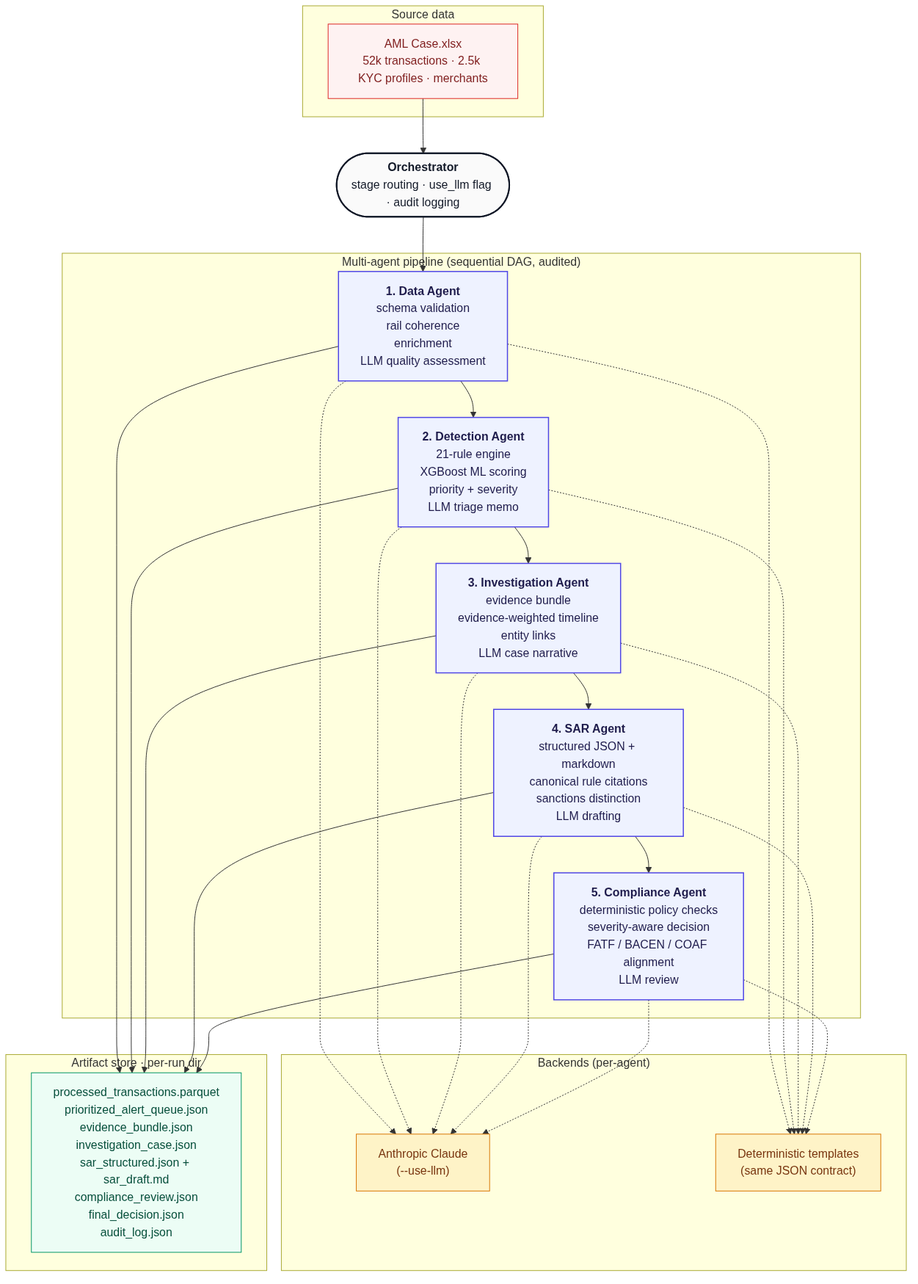
Above: docs/architecture/architecture.png in ighorj/cw-challenge-private (Mermaid), before the change. Its source is kept beside it as docs/architecture/architecture.mmd. The source it was exported from:
```mermaid
flowchart TB
    subgraph SRC["Source data"]
        XL["AML Case.xlsx<br/>52k transactions · 2.5k KYC profiles · merchants"]
    end

    subgraph PIPE["Multi-agent pipeline (sequential DAG, audited)"]
        direction TB

        A1["<b>1. Data Agent</b><br/>schema validation<br/>rail coherence<br/>enrichment<br/>LLM quality assessment"]
        A2["<b>2. Detection Agent</b><br/>21-rule engine<br/>XGBoost ML scoring<br/>priority + severity<br/>LLM triage memo"]
        A3["<b>3. Investigation Agent</b><br/>evidence bundle<br/>evidence-weighted timeline<br/>entity links<br/>LLM case narrative"]
        A4["<b>4. SAR Agent</b><br/>structured JSON + markdown<br/>canonical rule citations<br/>sanctions distinction<br/>LLM drafting"]
        A5["<b>5. Compliance Agent</b><br/>deterministic policy checks<br/>severity-aware decision<br/>FATF / BACEN / COAF alignment<br/>LLM review"]

        A1 --> A2 --> A3 --> A4 --> A5
    end

    subgraph BACKENDS["Backends (per-agent)"]
        ANTH["Anthropic Claude<br/>(--use-llm)"]
        TPL["Deterministic templates<br/>(same JSON contract)"]
    end

    subgraph STORE["Artifact store · per-run dir"]
        ART["processed_transactions.parquet<br/>prioritized_alert_queue.json<br/>evidence_bundle.json<br/>investigation_case.json<br/>sar_structured.json + sar_draft.md<br/>compliance_review.json<br/>final_decision.json<br/>audit_log.json"]
    end

    ORC(["<b>Orchestrator</b><br/>stage routing · use_llm flag · audit logging"])

    XL --> ORC
    ORC --> A1
    A1 -.-> ANTH
    A1 -.-> TPL
    A2 -.-> ANTH
    A2 -.-> TPL
    A3 -.-> ANTH
    A3 -.-> TPL
    A4 -.-> ANTH
    A4 -.-> TPL
    A5 -.-> ANTH
    A5 -.-> TPL
    A1 --> ART
    A2 --> ART
    A3 --> ART
    A4 --> ART
    A5 --> ART

    classDef agent fill:#eef2ff,stroke:#4f46e5,stroke-width:1.5px,color:#1e1b4b
    classDef backend fill:#fef3c7,stroke:#d97706,stroke-width:1px,color:#78350f
    classDef store fill:#ecfdf5,stroke:#059669,stroke-width:1px,color:#064e3b
    classDef src fill:#fef2f2,stroke:#dc2626,stroke-width:1px,color:#7f1d1d
    classDef orch fill:#fafafa,stroke:#111827,stroke-width:2px,color:#111827

    class A1,A2,A3,A4,A5 agent
    class ANTH,TPL backend
    class ART store
    class XL src
    class ORC orch
```
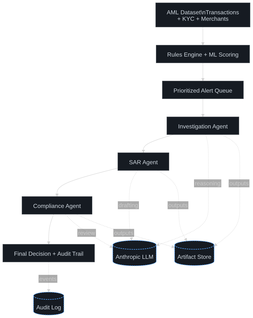
The same file after the commit.

Commit message:
Finalize AML-FT multi-agent delivery

The edit, as a diff of the source:
```diff
@@ -1,57 +1,36 @@
-flowchart TB
-    subgraph SRC["Source data"]
-        XL["AML Case.xlsx<br/>52k transactions · 2.5k KYC profiles · merchants"]
-    end
+flowchart TD
+    classDef node fill:#161b22,stroke:#30363d,color:#c9d1d9,stroke-width:1.5px;
+    classDef accent fill:#0d1117,stroke:#58a6ff,color:#58a6ff,stroke-width:2px;
+    classDef side fill:#161b22,stroke:#58a6ff,color:#c9d1d9,stroke-dasharray: 4 2;
 
-    subgraph PIPE["Multi-agent pipeline (sequential DAG, audited)"]
-        direction TB
+    A[AML Dataset\nTransactions + KYC + Merchants]
+    B[Rules Engine + ML Scoring]
+    C[Prioritized Alert Queue]
+    D[Investigation Agent]
+    E[SAR Agent]
+    F[Compliance Agent]
+    G[Final Decision + Audit Trail]
 
-        A1["<b>1. Data Agent</b><br/>schema validation<br/>rail coherence<br/>enrichment<br/>LLM quality assessment"]
-        A2["<b>2. Detection Agent</b><br/>21-rule engine<br/>XGBoost ML scoring<br/>priority + severity<br/>LLM triage memo"]
-        A3["<b>3. Investigation Agent</b><br/>evidence bundle<br/>evidence-weighted timeline<br/>entity links<br/>LLM case narrative"]
-        A4["<b>4. SAR Agent</b><br/>structured JSON + markdown<br/>canonical rule citations<br/>sanctions distinction<br/>LLM drafting"]
-        A5["<b>5. Compliance Agent</b><br/>deterministic policy checks<br/>severity-aware decision<br/>FATF / BACEN / COAF alignment<br/>LLM review"]
+    LLM[(Anthropic LLM)]
+    ART[(Artifact Store)]
+    AUD[(Audit Log)]
 
-        A1 --> A2 --> A3 --> A4 --> A5
-    end
+    A --> B
+    B --> C
+    C --> D
+    D --> E
+    E --> F
+    F --> G
 
-    subgraph BACKENDS["Backends (per-agent)"]
-        ANTH["Anthropic Claude<br/>(--use-llm)"]
-        TPL["Deterministic templates<br/>(same JSON contract)"]
-    end
+    D -. reasoning .-> LLM
+    E -. drafting .-> LLM
+    F -. review .-> LLM
 
-    subgraph STORE["Artifact store · per-run dir"]
-        ART["processed_transactions.parquet<br/>prioritized_alert_queue.json<br/>evidence_bundle.json<br/>investigation_case.json<br/>sar_structured.json + sar_draft.md<br/>compliance_review.json<br/>final_decision.json<br/>audit_log.json"]
-    end
+    D -. outputs .-> ART
+    E -. outputs .-> ART
+    F -. outputs .-> ART
 
-    ORC(["<b>Orchestrator</b><br/>stage routing · use_llm flag · audit logging"])
+    G -. events .-> AUD
 
-    XL --> ORC
-    ORC --> A1
-    A1 -.-> ANTH
-    A1 -.-> TPL
-    A2 -.-> ANTH
-    A2 -.-> TPL
-    A3 -.-> ANTH
-    A3 -.-> TPL
-    A4 -.-> ANTH
-    A4 -.-> TPL
-    A5 -.-> ANTH
-    A5 -.-> TPL
-    A1 --> ART
-    A2 --> ART
-    A3 --> ART
-    A4 --> ART
-    A5 --> ART
-
-    classDef agent fill:#eef2ff,stroke:#4f46e5,stroke-width:1.5px,color:#1e1b4b
-    classDef backend fill:#fef3c7,stroke:#d97706,stroke-width:1px,color:#78350f
-    classDef store fill:#ecfdf5,stroke:#059669,stroke-width:1px,color:#064e3b
-    classDef src fill:#fef2f2,stroke:#dc2626,stroke-width:1px,color:#7f1d1d
-    classDef orch fill:#fafafa,stroke:#111827,stroke-width:2px,color:#111827
-
-    class A1,A2,A3,A4,A5 agent
-    class ANTH,TPL backend
-    class ART store
-    class XL src
-    class ORC orch
+    class A,B,C,D,E,F,G node;
+    class LLM,ART,AUD side;
```
